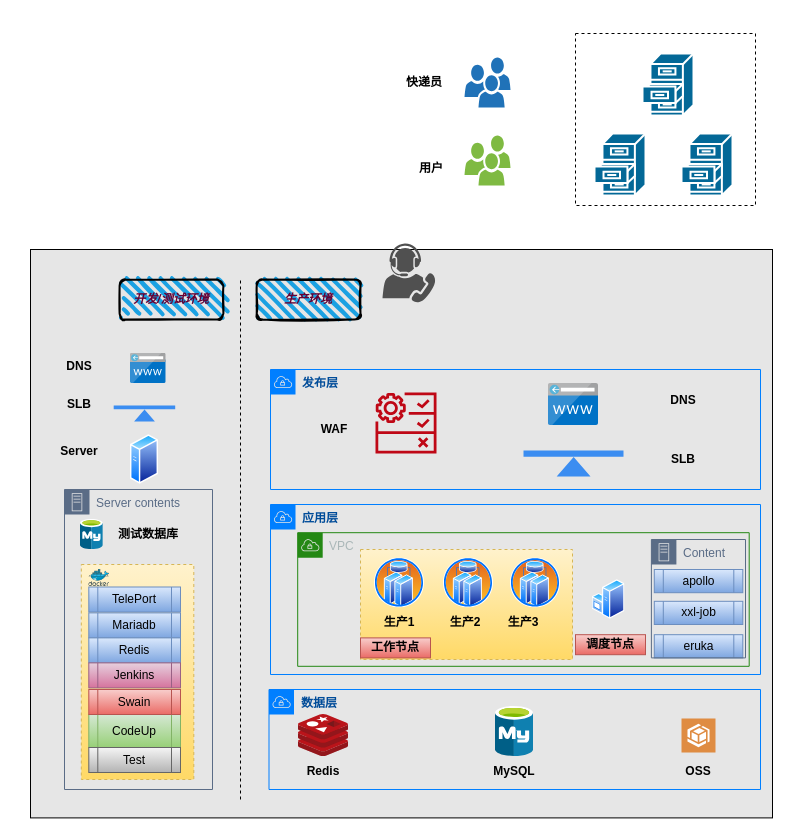
This is 智能柜/服务器介绍(含用户及快递箱子).drawio from liz2m/draw.images, a draw.io file, before an edit. Source tidied: cells renumbered, new cells numbered last; positions are measured from the earlier drawing's top-left corner, leaving out a move shared by most shapes. Both pictures are drawn from the tidied source at 100%, with x=0, y=0 at pixel (30, 33).
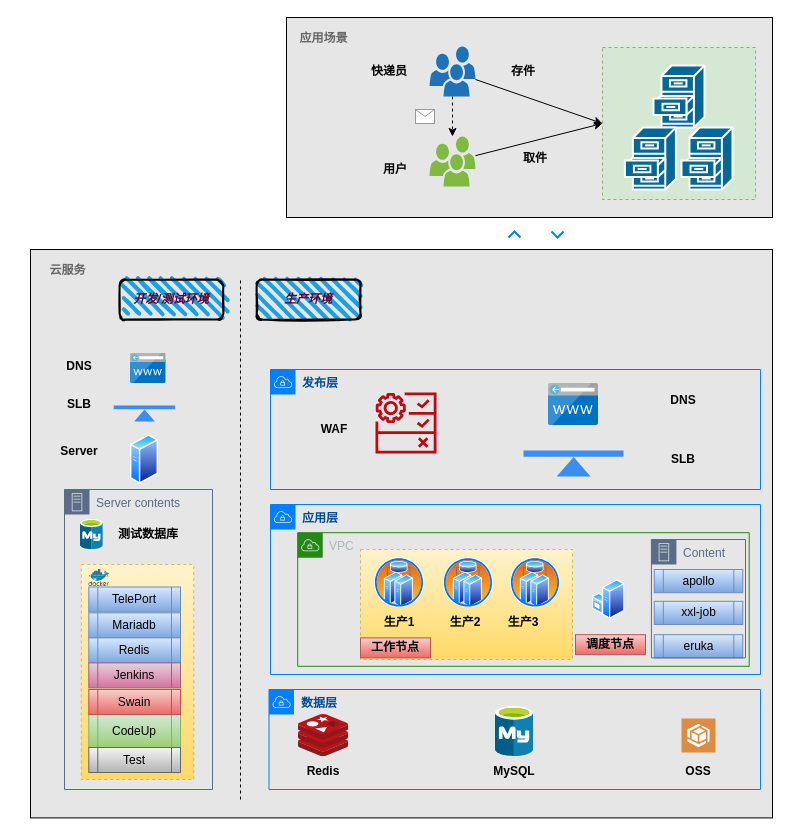
Above is the later version.

Commit message:
Update 服务器介绍(含用户及快递箱子).drawio

The edit, as a diff of the source:
```diff
@@
+    <mxCell id="63" style="rounded=0;whiteSpace=wrap;html=1;fillColor=#E6E6E6;" parent="1" vertex="1">
+      <mxGeometry x="256" y="-16" width="486" height="200" as="geometry" />
+    </mxCell>
-    <mxCell id="2" style="rounded=0;whiteSpace=wrap;html=1;dashed=1;" parent="1" vertex="1">
-      <mxGeometry x="545" width="180" height="172" as="geometry" />
+    <mxCell id="2" style="rounded=0;whiteSpace=wrap;html=1;dashed=1;fillColor=#d5e8d4;strokeColor=#82b366;" parent="1" vertex="1">
+      <mxGeometry x="572" y="14" width="153" height="152" as="geometry" />
     </mxCell>
@@
     <mxCell id="55" style="shape=mxgraph.cisco.storage.file_cabinet;html=1;dashed=0;fillColor=#036897;strokeColor=#ffffff;strokeWidth=2;verticalLabelPosition=bottom;verticalAlign=top;align=center;" parent="1" vertex="1">
-      <mxGeometry x="612" y="20" width="51" height="62" as="geometry" />
+      <mxGeometry x="623" y="32" width="51" height="62" as="geometry" />
     </mxCell>
     <mxCell id="56" style="shape=mxgraph.cisco.storage.file_cabinet;html=1;dashed=0;fillColor=#036897;strokeColor=#ffffff;strokeWidth=2;verticalLabelPosition=bottom;verticalAlign=top;align=center;" parent="1" vertex="1">
-      <mxGeometry x="564" y="100" width="51" height="62" as="geometry" />
+      <mxGeometry x="594.4" y="94" width="51" height="62" as="geometry" />
     </mxCell>
     <mxCell id="57" style="shape=mxgraph.cisco.storage.file_cabinet;html=1;dashed=0;fillColor=#036897;strokeColor=#ffffff;strokeWidth=2;verticalLabelPosition=bottom;verticalAlign=top;align=center;" parent="1" vertex="1">
-      <mxGeometry x="651" y="100" width="51" height="62" as="geometry" />
+      <mxGeometry x="651" y="94" width="51" height="62" as="geometry" />
     </mxCell>
     <mxCell id="58" value="快递员" style="text;html=1;strokeColor=none;fillColor=none;align=center;verticalAlign=middle;whiteSpace=wrap;rounded=0;dashed=1;fontStyle=1;" parent="1" vertex="1">
-      <mxGeometry x="354" y="32" width="80" height="34" as="geometry" />
+      <mxGeometry x="319" y="21" width="80" height="34" as="geometry" />
     </mxCell>
-    <mxCell id="59" style="sketch=0;shadow=0;dashed=0;html=1;strokeColor=none;fillColor=#505050;labelPosition=center;verticalLabelPosition=bottom;verticalAlign=top;align=center;shape=mxgraph.office.users.conferencing_attendant;" parent="1" vertex="1">
-      <mxGeometry x="352" y="210" width="53" height="59" as="geometry" />
-    </mxCell>
     <mxCell id="60" style="sketch=0;shadow=0;dashed=0;html=1;strokeColor=none;labelPosition=center;verticalLabelPosition=bottom;verticalAlign=top;outlineConnect=0;align=center;shape=mxgraph.office.users.users;fillColor=#7FBA42;" parent="1" vertex="1">
-      <mxGeometry x="434" y="102" width="46" height="50" as="geometry" />
+      <mxGeometry x="399" y="103" width="46" height="50" as="geometry" />
     </mxCell>
+    <mxCell id="64" style="edgeStyle=orthogonalEdgeStyle;rounded=0;jettySize=auto;html=1;dashed=1;" parent="1" edge="1" source="61" target="60">
+      <mxGeometry relative="1" as="geometry" />
+    </mxCell>
     <mxCell id="61" style="sketch=0;shadow=0;dashed=0;html=1;strokeColor=none;labelPosition=center;verticalLabelPosition=bottom;verticalAlign=top;outlineConnect=0;align=center;shape=mxgraph.office.users.users;fillColor=#2072B8;" parent="1" vertex="1">
-      <mxGeometry x="434" y="24" width="46" height="50" as="geometry" />
+      <mxGeometry x="399" y="13" width="46" height="50" as="geometry" />
     </mxCell>
     <mxCell id="62" value="用户" style="text;html=1;strokeColor=none;fillColor=none;align=center;verticalAlign=middle;whiteSpace=wrap;rounded=0;dashed=1;fontStyle=1;" parent="1" vertex="1">
-      <mxGeometry x="361" y="118" width="80" height="34" as="geometry" />
+      <mxGeometry x="325" y="119" width="80" height="34" as="geometry" />
     </mxCell>
+    <mxCell id="65" style="verticalLabelPosition=bottom;shadow=0;dashed=0;align=center;html=1;verticalAlign=top;strokeWidth=1;shape=mxgraph.mockup.misc.mail2;strokeColor=#999999;" parent="1" vertex="1">
+      <mxGeometry x="385" y="76" width="19" height="14" as="geometry" />
+    </mxCell>
+    <mxCell id="66" style="endArrow=classic;html=1;rounded=0;entryX=0;entryY=0.5;entryDx=0;entryDy=0;" parent="1" edge="1" source="61" target="2">
+      <mxGeometry relative="1" as="geometry" />
+    </mxCell>
+    <mxCell id="67" style="endArrow=classic;html=1;rounded=0;entryX=0;entryY=0.5;entryDx=0;entryDy=0;" parent="1" edge="1" source="60" target="2">
+      <mxGeometry relative="1" as="geometry" />
+    </mxCell>
+    <mxCell id="68" value="存件" style="text;html=1;strokeColor=none;fillColor=none;align=center;verticalAlign=middle;whiteSpace=wrap;rounded=0;dashed=1;fontStyle=1;" parent="1" vertex="1">
+      <mxGeometry x="453" y="21" width="80" height="34" as="geometry" />
+    </mxCell>
+    <mxCell id="69" value="取件" style="text;html=1;strokeColor=none;fillColor=none;align=center;verticalAlign=middle;whiteSpace=wrap;rounded=0;dashed=1;fontStyle=1;" parent="1" vertex="1">
+      <mxGeometry x="465" y="108" width="80" height="34" as="geometry" />
+    </mxCell>
+    <mxCell id="70" value="应用场景" style="text;html=1;strokeColor=none;fillColor=none;align=center;verticalAlign=middle;whiteSpace=wrap;rounded=0;dashed=1;fontStyle=1;fontColor=#666666;" parent="1" vertex="1">
+      <mxGeometry x="242" y="-16" width="103" height="41" as="geometry" />
+    </mxCell>
+    <mxCell id="71" value="云服务" style="text;html=1;strokeColor=none;fillColor=none;align=center;verticalAlign=middle;whiteSpace=wrap;rounded=0;dashed=1;fontStyle=1;fontColor=#666666;" parent="1" vertex="1">
+      <mxGeometry x="-13.9" y="216" width="103" height="41" as="geometry" />
+    </mxCell>
+    <mxCell id="72" style="html=1;verticalLabelPosition=bottom;labelBackgroundColor=#ffffff;verticalAlign=top;shadow=0;dashed=0;strokeWidth=2;shape=mxgraph.ios7.misc.down;strokeColor=#0080f0;fontColor=#666666;fillColor=#E6E6E6;" parent="1" vertex="1">
+      <mxGeometry x="521" y="198" width="12" height="6" as="geometry" />
+    </mxCell>
+    <mxCell id="73" style="html=1;verticalLabelPosition=bottom;labelBackgroundColor=#ffffff;verticalAlign=top;shadow=0;dashed=0;strokeWidth=2;shape=mxgraph.ios7.misc.up;strokeColor=#0080f0;fontColor=#666666;fillColor=#E6E6E6;" parent="1" vertex="1">
+      <mxGeometry x="478" y="198" width="12" height="6" as="geometry" />
+    </mxCell>
```
